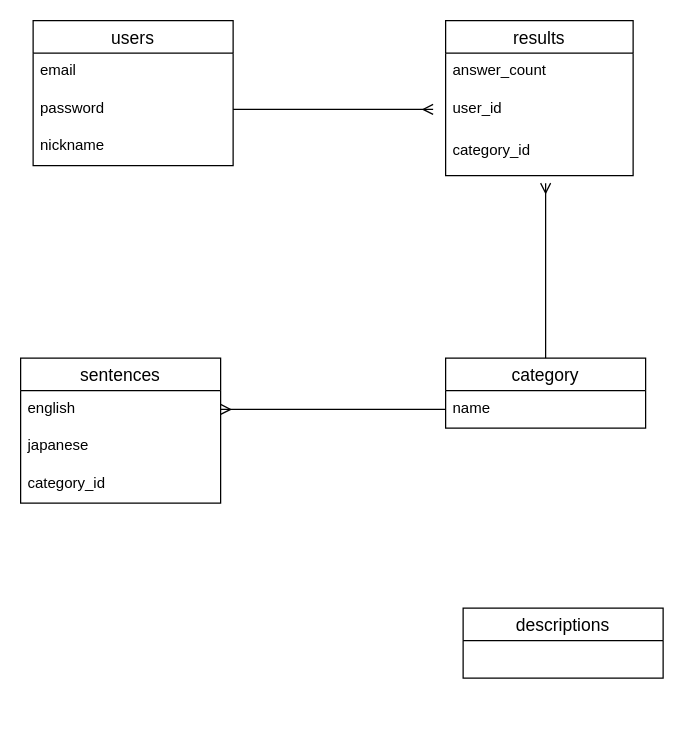
The draw.io diagram er_graphic.dio in yuta-git/flash_practice, before the edit. Source tidied: cells renumbered, new cells numbered last; positions are measured from the earlier drawing's top-left corner, leaving out a move shared by most shapes. Both pictures are drawn from the tidied source at 125%, with x=0, y=0 at pixel (20, 20).
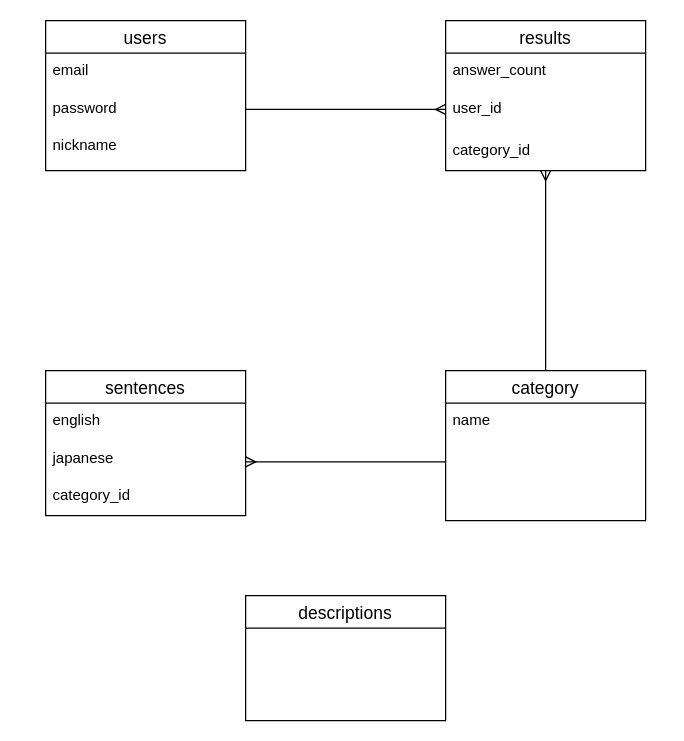
After the change.

The change refers to these unchanged cells:
```xml
<mxCell id="4" value="password" style="text;strokeColor=none;fillColor=none;spacingLeft=4;spacingRight=4;overflow=hidden;points=[[0,0.5],[1,0.5]];portConstraint=eastwest;fontSize=12;" parent="2" vertex="1">
  <mxGeometry y="56" width="160" height="30" as="geometry" />
</mxCell>
<mxCell id="11" value="english&#10;" style="text;strokeColor=none;fillColor=none;spacingLeft=4;spacingRight=4;overflow=hidden;points=[[0,0.5],[1,0.5]];portConstraint=eastwest;fontSize=12;" parent="10" vertex="1">
  <mxGeometry y="26" width="160" height="30" as="geometry" />
</mxCell>
```

Change to the diagram source:
```diff
@@
     <mxCell id="2" value="users" style="swimlane;fontStyle=0;horizontal=1;startSize=26;align=center;fontSize=14;" parent="1" vertex="1">
-      <mxGeometry x="10" width="160" height="116" as="geometry" />
+      <mxGeometry x="20" width="160" height="120" as="geometry" />
     </mxCell>
@@
     <mxCell id="5" value="nickname" style="text;strokeColor=none;fillColor=none;spacingLeft=4;spacingRight=4;overflow=hidden;fontSize=12;" parent="2" vertex="1">
-      <mxGeometry y="86" width="160" height="30" as="geometry" />
+      <mxGeometry y="86" width="160" height="34" as="geometry" />
     </mxCell>
     <mxCell id="6" value="results" style="swimlane;fontStyle=0;horizontal=1;startSize=26;align=center;fontSize=14;" parent="1" vertex="1">
-      <mxGeometry x="340" width="150" height="124" as="geometry" />
+      <mxGeometry x="340" width="160" height="120" as="geometry" />
     </mxCell>
     <mxCell id="7" value="answer_count" style="text;strokeColor=none;fillColor=none;spacingLeft=4;spacingRight=4;overflow=hidden;fontSize=12;" parent="6" vertex="1">
-      <mxGeometry y="26" width="150" height="30" as="geometry" />
+      <mxGeometry y="26" width="160" height="30" as="geometry" />
     </mxCell>
     <mxCell id="8" value="user_id" style="text;strokeColor=none;fillColor=none;spacingLeft=4;spacingRight=4;overflow=hidden;fontSize=12;" parent="6" vertex="1">
-      <mxGeometry y="56" width="150" height="34" as="geometry" />
+      <mxGeometry y="56" width="160" height="34" as="geometry" />
     </mxCell>
     <mxCell id="9" value="category_id" style="text;strokeColor=none;fillColor=none;spacingLeft=4;spacingRight=4;overflow=hidden;points=[[0,0.5],[1,0.5]];portConstraint=eastwest;fontSize=12;" parent="6" vertex="1">
-      <mxGeometry y="90" width="150" height="34" as="geometry" />
+      <mxGeometry y="90" width="160" height="30" as="geometry" />
     </mxCell>
+    <mxCell id="20" style="edgeStyle=orthogonalEdgeStyle;rounded=0;jettySize=auto;html=1;exitX=1;exitY=0.5;exitDx=0;exitDy=0;endArrow=ERmany;endFill=0;" parent="1" edge="1" source="4">
+      <mxGeometry relative="1" as="geometry">
+        <mxPoint x="340" y="71" as="targetPoint" />
+      </mxGeometry>
+    </mxCell>
     <mxCell id="10" value="sentences" style="swimlane;fontStyle=0;horizontal=1;startSize=26;align=center;fontSize=14;" parent="1" vertex="1">
-      <mxGeometry y="270" width="160" height="116" as="geometry" />
+      <mxGeometry x="20" y="280" width="160" height="116" as="geometry" />
     </mxCell>
@@
-    <mxCell id="14" value="descriptions" style="swimlane;fontStyle=0;horizontal=1;startSize=26;align=center;fontSize=14;" parent="1" vertex="1">
-      <mxGeometry x="354" y="470" width="160" height="56" as="geometry" />
-    </mxCell>
-    <mxCell id="15" style="edgeStyle=orthogonalEdgeStyle;rounded=0;jettySize=auto;html=1;exitX=0.5;exitY=0;exitDx=0;exitDy=0;endArrow=ERmany;endFill=0;" parent="1" edge="1" source="16">
-      <mxGeometry relative="1" as="geometry">
-        <mxPoint x="420" y="130" as="targetPoint" />
-      </mxGeometry>
-    </mxCell>
+    <mxCell id="21" style="edgeStyle=orthogonalEdgeStyle;rounded=0;jettySize=auto;html=1;exitX=0.5;exitY=0;exitDx=0;exitDy=0;entryX=0.5;entryY=1;entryDx=0;entryDy=0;entryPerimeter=0;endArrow=ERmany;endFill=0;" parent="1" edge="1" source="16" target="9">
+      <mxGeometry relative="1" as="geometry" />
+    </mxCell>
     <mxCell id="16" value="category" style="swimlane;fontStyle=0;horizontal=1;startSize=26;align=center;fontSize=14;" parent="1" vertex="1">
-      <mxGeometry x="340" y="270" width="160" height="56" as="geometry" />
+      <mxGeometry x="340" y="280" width="160" height="120" as="geometry" />
     </mxCell>
     <mxCell id="17" value="name" style="text;strokeColor=none;fillColor=none;spacingLeft=4;spacingRight=4;overflow=hidden;points=[[0,0.5],[1,0.5]];portConstraint=eastwest;fontSize=12;" parent="16" vertex="1">
-      <mxGeometry y="26" width="160" height="30" as="geometry" />
+      <mxGeometry y="26" width="160" height="94" as="geometry" />
     </mxCell>
-    <mxCell id="18" style="edgeStyle=orthogonalEdgeStyle;rounded=0;jettySize=auto;html=1;exitX=0;exitY=0.5;exitDx=0;exitDy=0;entryX=1;entryY=0.5;entryDx=0;entryDy=0;endArrow=ERmany;endFill=0;" parent="1" edge="1" source="17" target="11">
-      <mxGeometry relative="1" as="geometry" />
-    </mxCell>
-    <mxCell id="19" style="edgeStyle=orthogonalEdgeStyle;rounded=0;jettySize=auto;html=1;exitX=1;exitY=0.5;exitDx=0;exitDy=0;endArrow=ERmany;endFill=0;" parent="1" edge="1" source="4">
-      <mxGeometry relative="1" as="geometry">
-        <mxPoint x="330" y="71" as="targetPoint" />
-      </mxGeometry>
-    </mxCell>
+    <mxCell id="14" value="descriptions" style="swimlane;fontStyle=0;horizontal=1;startSize=26;align=center;fontSize=14;" parent="1" vertex="1">
+      <mxGeometry x="180" y="460" width="160" height="100" as="geometry" />
+    </mxCell>
+    <mxCell id="22" style="edgeStyle=orthogonalEdgeStyle;rounded=0;jettySize=auto;html=1;exitX=0;exitY=0.5;exitDx=0;exitDy=0;endArrow=ERmany;endFill=0;" parent="1" edge="1" source="17">
+      <mxGeometry relative="1" as="geometry">
+        <mxPoint x="180" y="353" as="targetPoint" />
+      </mxGeometry>
+    </mxCell>
```
